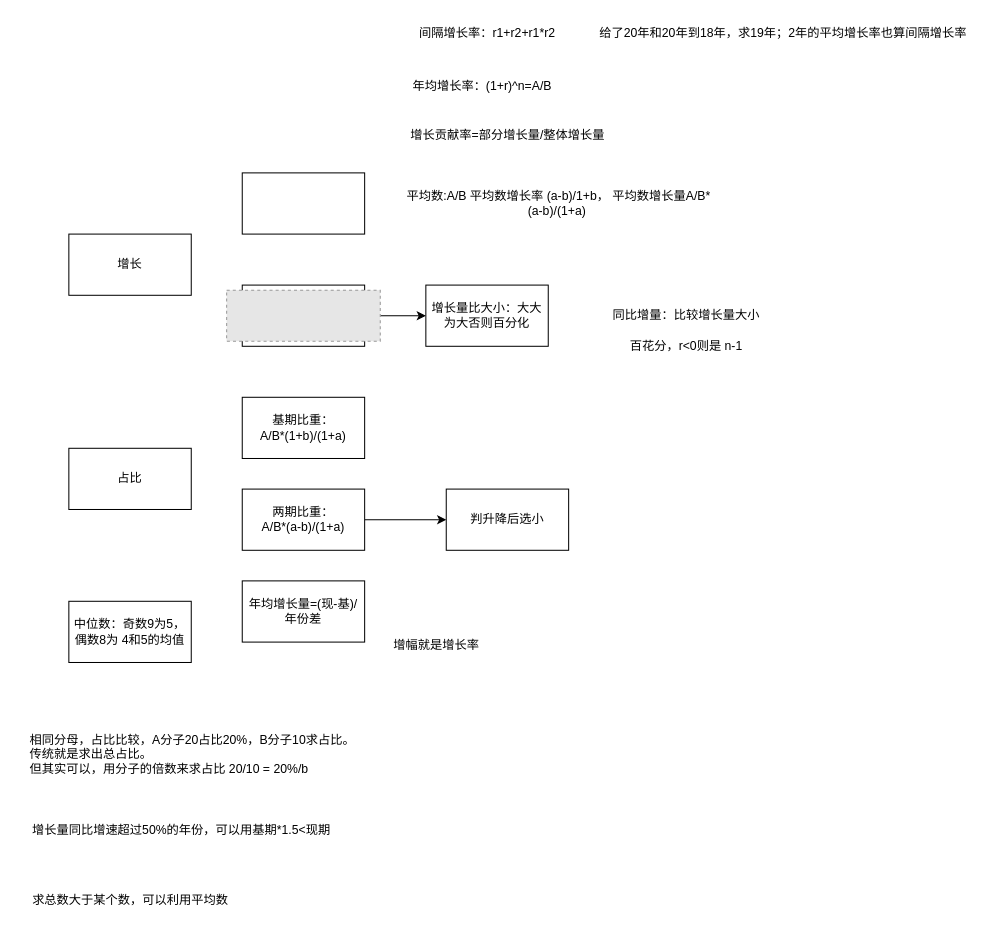
The draw.io diagram 未命名绘图.drawio in cguank/-, before the edit. Source tidied: cells renumbered, new cells numbered last; positions are measured from the earlier drawing's top-left corner, leaving out a move shared by most shapes. Both pictures are drawn from the tidied source at 102%, with x=0, y=0 at pixel (17, 17). Pictures stored in the file or linked from it are replaced by grey dashed boxes.
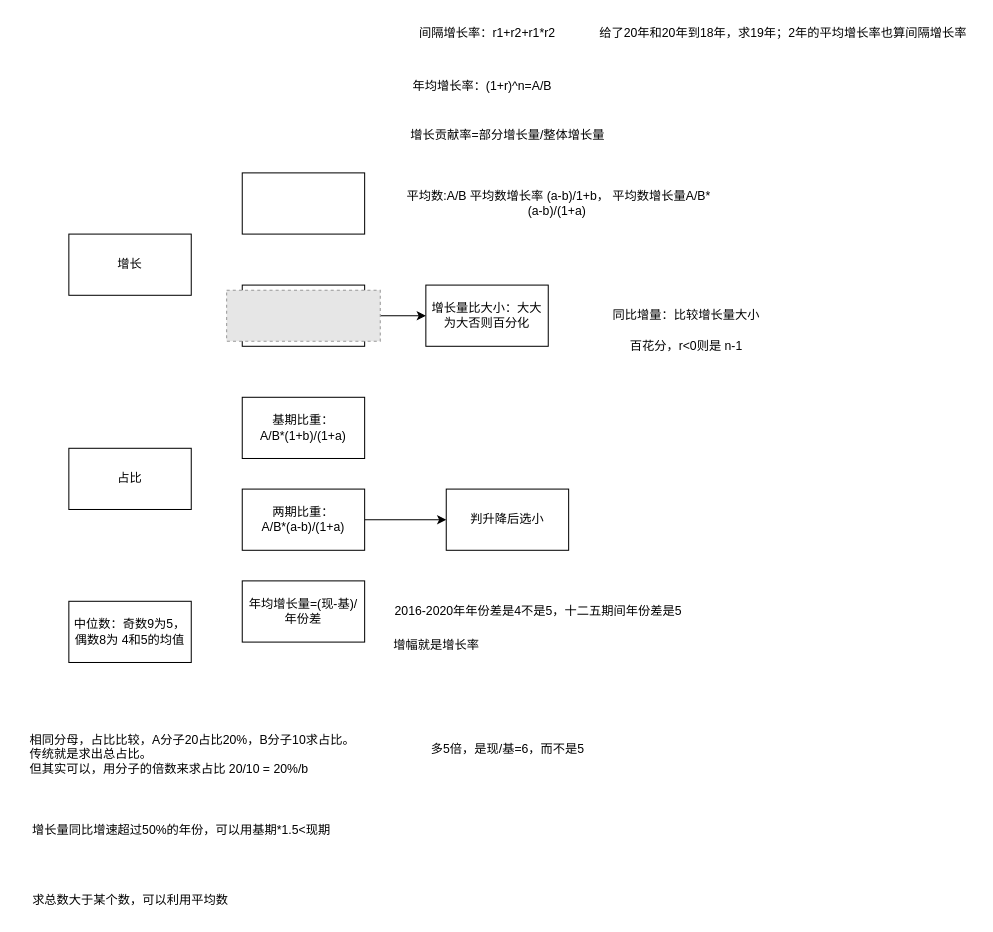
After the change.

Commit message:
更新未命名绘图.drawio

Change to the diagram source:
```diff
@@
+    <mxCell id="26" value="多5倍，是现/基=6，而不是5" style="text;html=1;align=center;verticalAlign=middle;strokeColor=none;fillColor=none;" parent="1" vertex="1">
+      <mxGeometry x="395" y="702" width="170" height="30" as="geometry" />
+    </mxCell>
+    <mxCell id="27" value="2016-2020年年份差是4不是5，十二五期间年份差是5" style="text;html=1;align=center;verticalAlign=middle;strokeColor=none;fillColor=none;" parent="1" vertex="1">
+      <mxGeometry x="360" y="567" width="300" height="30" as="geometry" />
+    </mxCell>
```
